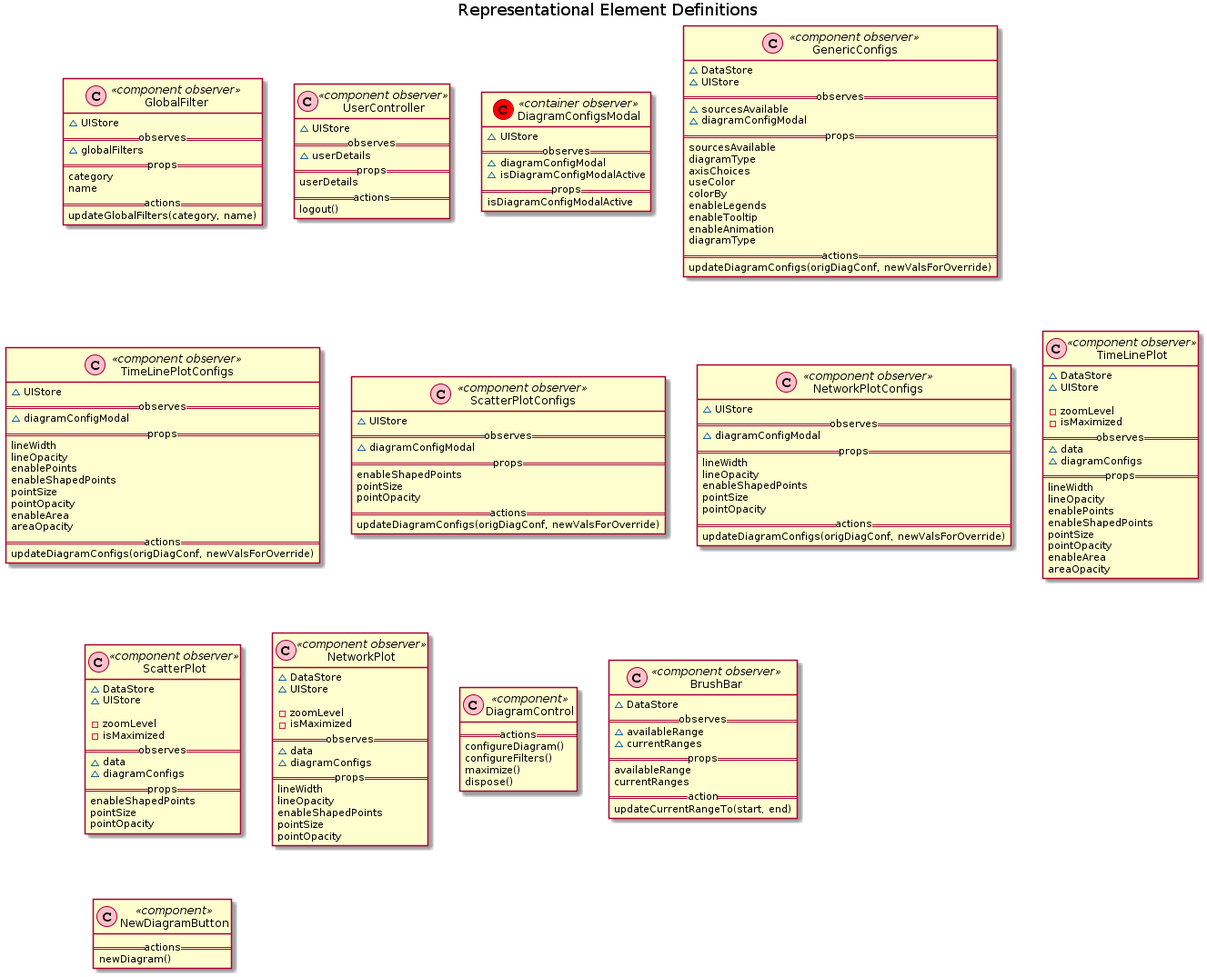
This is design/images/componentDefs.png from pm8008/documents, a PlantUML export, as it was before one commit.
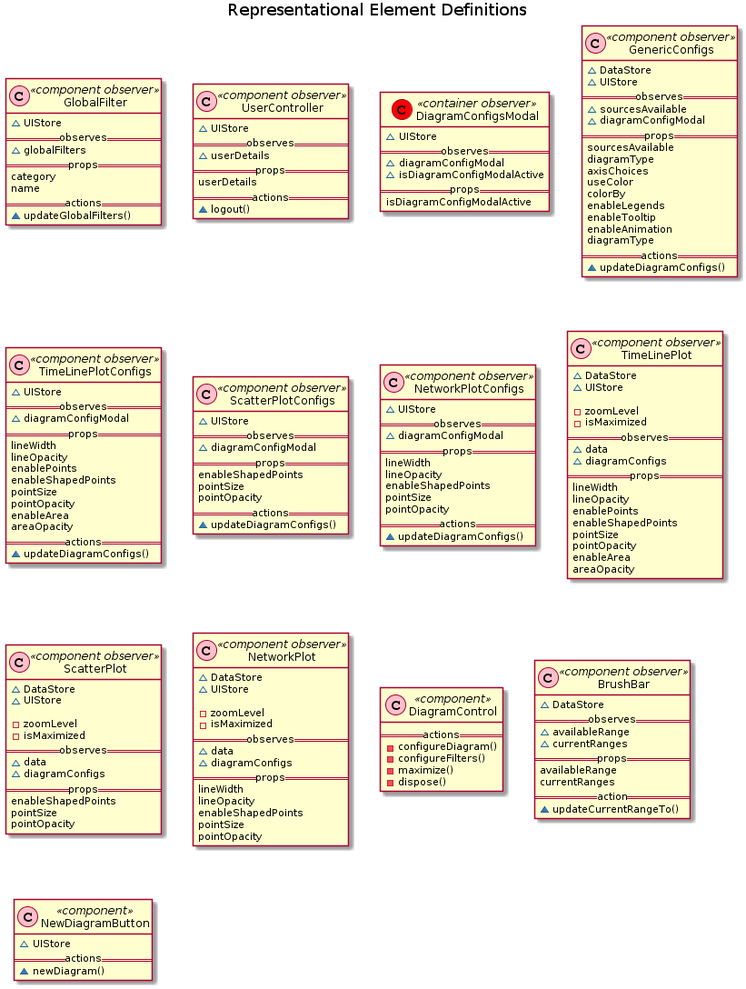
Above is the later version.

Change to the diagram source:
```diff
@@ -9,7 +9,7 @@
   category
   name
   ==actions==
-  updateGlobalFilters(category, name)
+  ~ updateGlobalFilters()
 }
 
 class UserController << (C,pink) component observer >> {
@@ -19,7 +19,7 @@
   ==props==
   userDetails
   ==actions==
-  logout()
+  ~ logout()
 }
 
 class DiagramConfigsModal << (C,red) container observer >> {
@@ -48,7 +48,7 @@
   enableAnimation
   diagramType
   ==actions==
-  updateDiagramConfigs(origDiagConf, newValsForOverride)
+  ~ updateDiagramConfigs()
 }
 
 class TimeLinePlotConfigs  << (C,pink) component observer >> {
@@ -65,7 +65,7 @@
   enableArea
   areaOpacity
   ==actions==
-  updateDiagramConfigs(origDiagConf, newValsForOverride)
+  ~ updateDiagramConfigs()
 }
 
 class ScatterPlotConfigs  << (C,pink) component observer >> {
@@ -77,7 +77,7 @@
   pointSize
   pointOpacity
   ==actions==
-  updateDiagramConfigs(origDiagConf, newValsForOverride)
+  ~ updateDiagramConfigs()
 }
 
 class NetworkPlotConfigs  << (C,pink) component observer >> {
@@ -91,7 +91,7 @@
   pointSize
   pointOpacity
   ==actions==
-  updateDiagramConfigs(origDiagConf, newValsForOverride)
+  ~ updateDiagramConfigs()
 }
 
 class TimeLinePlot  << (C,pink) component observer >> {
@@ -148,10 +148,10 @@
 
 class DiagramControl << (C,pink) component >> {
   ==actions==
-  configureDiagram()
-  configureFilters()
-  maximize()
-  dispose()
+  - configureDiagram()
+  - configureFilters()
+  - maximize()
+  - dispose()
 }
 
 class BrushBar << (C,pink) component observer >> {
@@ -163,11 +163,12 @@
   availableRange
   currentRanges
   ==action==
-  updateCurrentRangeTo(start, end)
+  ~ updateCurrentRangeTo()
 }
 
 class NewDiagramButton << (C,pink) component >> {
+  ~ UIStore
   ==actions==
-  newDiagram()
+  ~ newDiagram()
 }
 @enduml
```
